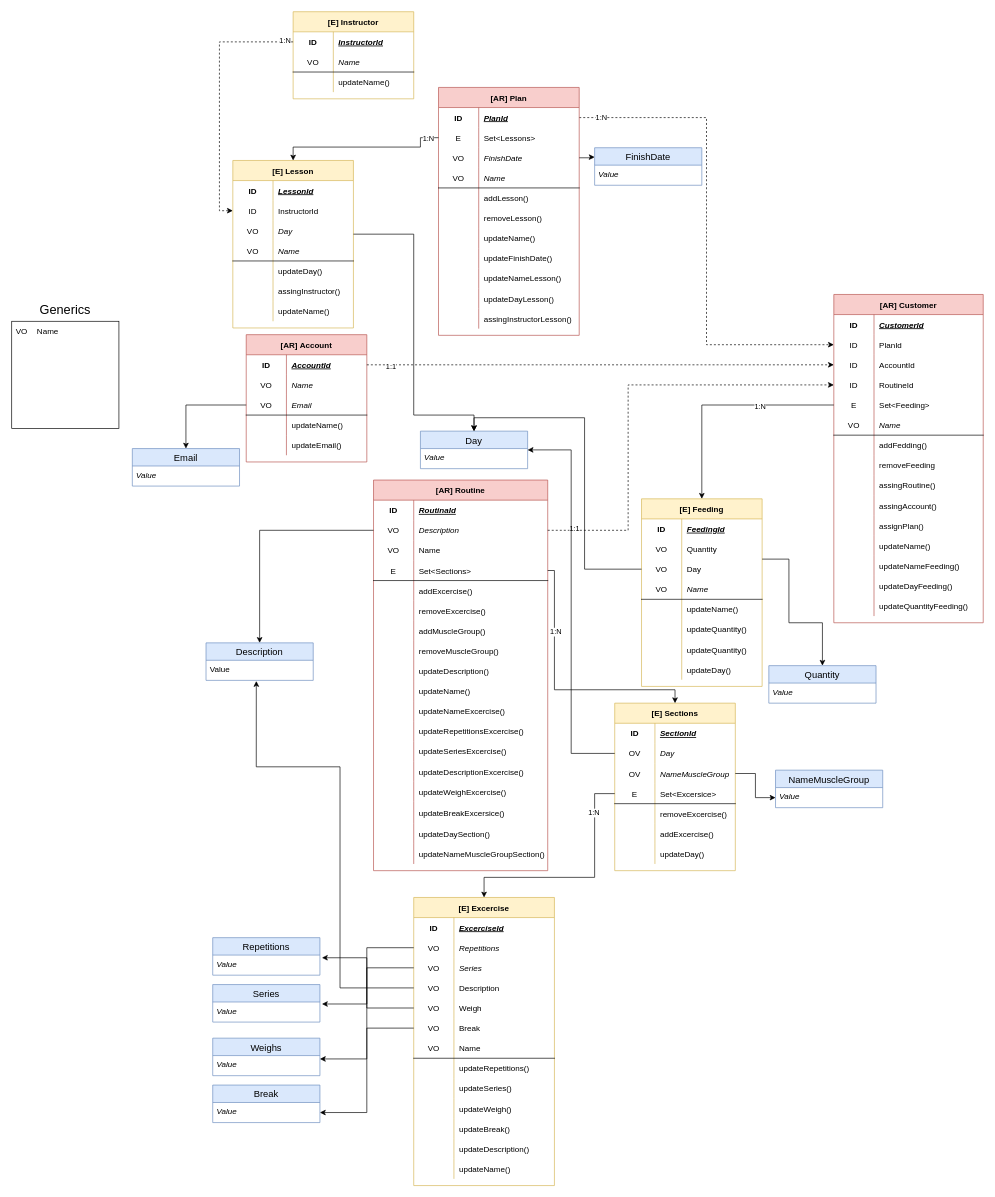
Before: page "Modelo de dominio" (2 of 3) of BigPictureGym.drawio in Ruiz16-17/Sofka_DDD_Big_Picture_ModelamientoDominio, a draw.io diagram. Source tidied: cells renumbered, new cells numbered last; positions are measured from the earlier drawing's top-left corner, leaving out a move shared by most shapes. Both pictures are drawn from the tidied source at 67%, with x=0, y=0 at pixel (11, 11).
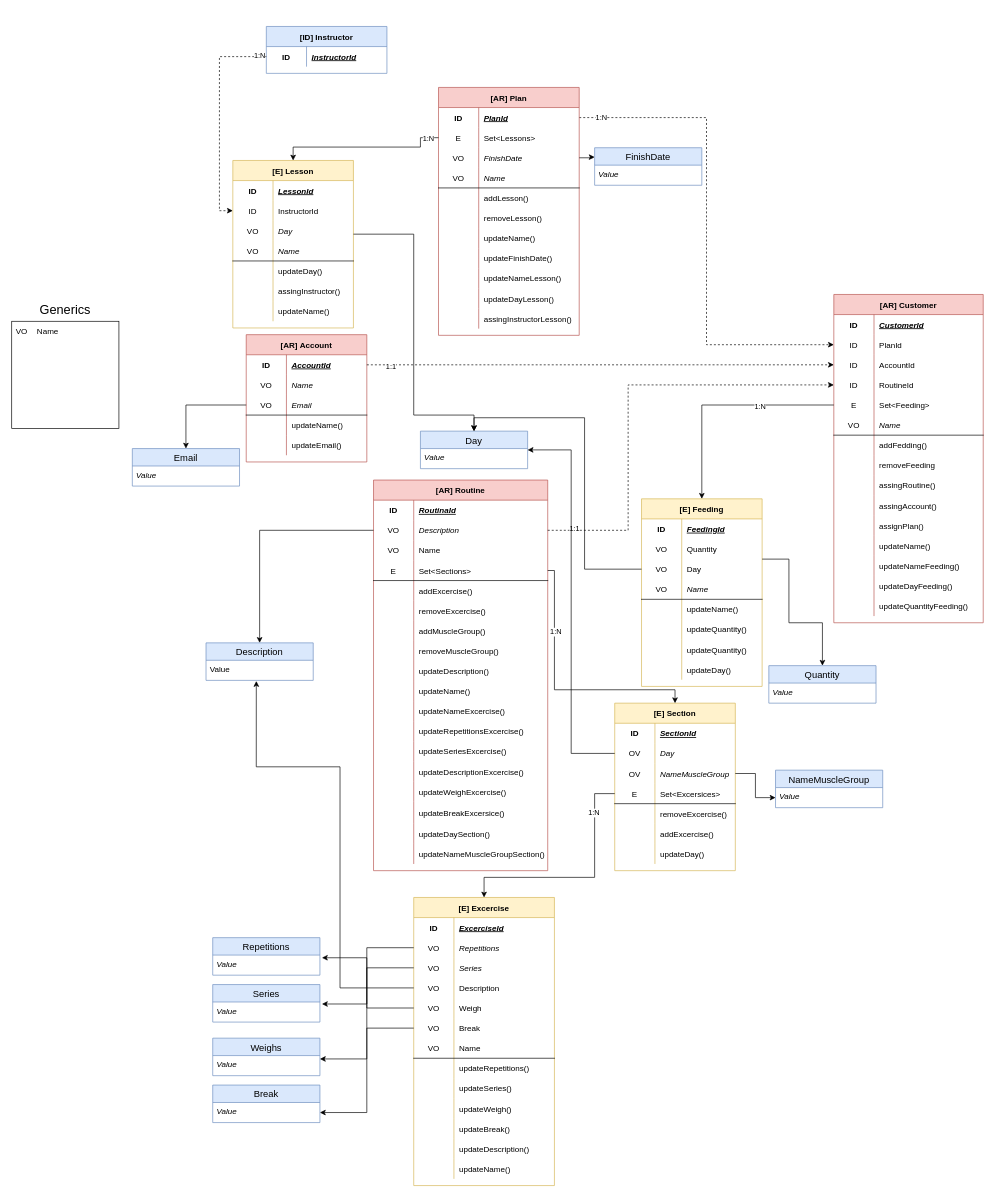
The same diagram, later.

The change refers to these unchanged cells:
```xml
<mxCell id="170" style="shape=partialRectangle;fillColor=none;top=0;left=0;bottom=1;right=0;points=[[0,0.5],[1,0.5]];portConstraint=eastwest;" parent="160" vertex="1">
  <mxGeometry y="120" width="180" height="30" as="geometry" />
</mxCell>
```

What changed in the source:
```diff
@@
-    <mxCell id="57" value="[E] Instructor" style="shape=table;startSize=30;childLayout=tableLayout;rowLines=0;fontStyle=1;align=center;fillColor=#fff2cc;strokeColor=#d6b656;" parent="1" vertex="1">
-      <mxGeometry x="420" width="180" height="130" as="geometry" />
+    <mxCell id="57" value="[ID] Instructor" style="shape=table;startSize=30;childLayout=tableLayout;rowLines=0;fontStyle=1;align=center;fillColor=#dae8fc;strokeColor=#6c8ebf;" parent="1" vertex="1">
+      <mxGeometry x="380" y="22" width="180" height="70" as="geometry" />
     </mxCell>
@@
-    <mxCell id="61" style="shape=partialRectangle;fillColor=none;top=0;left=0;bottom=1;right=0;" parent="57" vertex="1">
-      <mxGeometry y="60" width="180" height="30" as="geometry" />
-    </mxCell>
-    <mxCell id="62" value="VO" style="shape=partialRectangle;fillColor=none;top=0;left=0;bottom=0;right=0;fontStyle=0;overflow=hidden;" parent="61" vertex="1">
-      <mxGeometry width="60" height="30" as="geometry" />
-    </mxCell>
-    <mxCell id="63" value="Name" style="shape=partialRectangle;fillColor=none;top=0;left=0;bottom=0;right=0;align=left;spacingLeft=6;fontStyle=2;overflow=hidden;" parent="61" vertex="1">
-      <mxGeometry x="60" width="120" height="30" as="geometry" />
-    </mxCell>
-    <mxCell id="64" style="shape=partialRectangle;fillColor=none;top=0;left=0;bottom=0;right=0;" parent="57" vertex="1">
-      <mxGeometry y="90" width="180" height="30" as="geometry" />
-    </mxCell>
-    <mxCell id="65" style="shape=partialRectangle;fillColor=none;top=0;left=0;bottom=0;right=0;overflow=hidden;" parent="64" vertex="1">
-      <mxGeometry width="60" height="30" as="geometry" />
-    </mxCell>
-    <mxCell id="66" value="updateName()" style="shape=partialRectangle;fillColor=none;top=0;left=0;bottom=0;right=0;align=left;spacingLeft=6;overflow=hidden;" parent="64" vertex="1">
-      <mxGeometry x="60" width="120" height="30" as="geometry" />
-    </mxCell>
@@
-    <mxCell id="160" value="[E] Sections" style="shape=table;startSize=30;childLayout=tableLayout;rowLines=0;fontStyle=1;align=center;fillColor=#fff2cc;strokeColor=#d6b656;" parent="1" vertex="1">
+    <mxCell id="160" value="[E] Section" style="shape=table;startSize=30;childLayout=tableLayout;rowLines=0;fontStyle=1;align=center;fillColor=#fff2cc;strokeColor=#d6b656;" parent="1" vertex="1">
       <mxGeometry x="900" y="1032" width="180" height="250" as="geometry" />
     </mxCell>
@@
-    <mxCell id="172" value="Set&lt;Excersice&gt;" style="shape=partialRectangle;fillColor=none;top=0;left=0;bottom=0;right=0;align=left;spacingLeft=6;fontStyle=0;overflow=hidden;" parent="170" vertex="1">
+    <mxCell id="172" value="Set&lt;Excersices&gt;" style="shape=partialRectangle;fillColor=none;top=0;left=0;bottom=0;right=0;align=left;spacingLeft=6;fontStyle=0;overflow=hidden;" parent="170" vertex="1">
       <mxGeometry x="60" width="120" height="30" as="geometry" />
     </mxCell>
```
